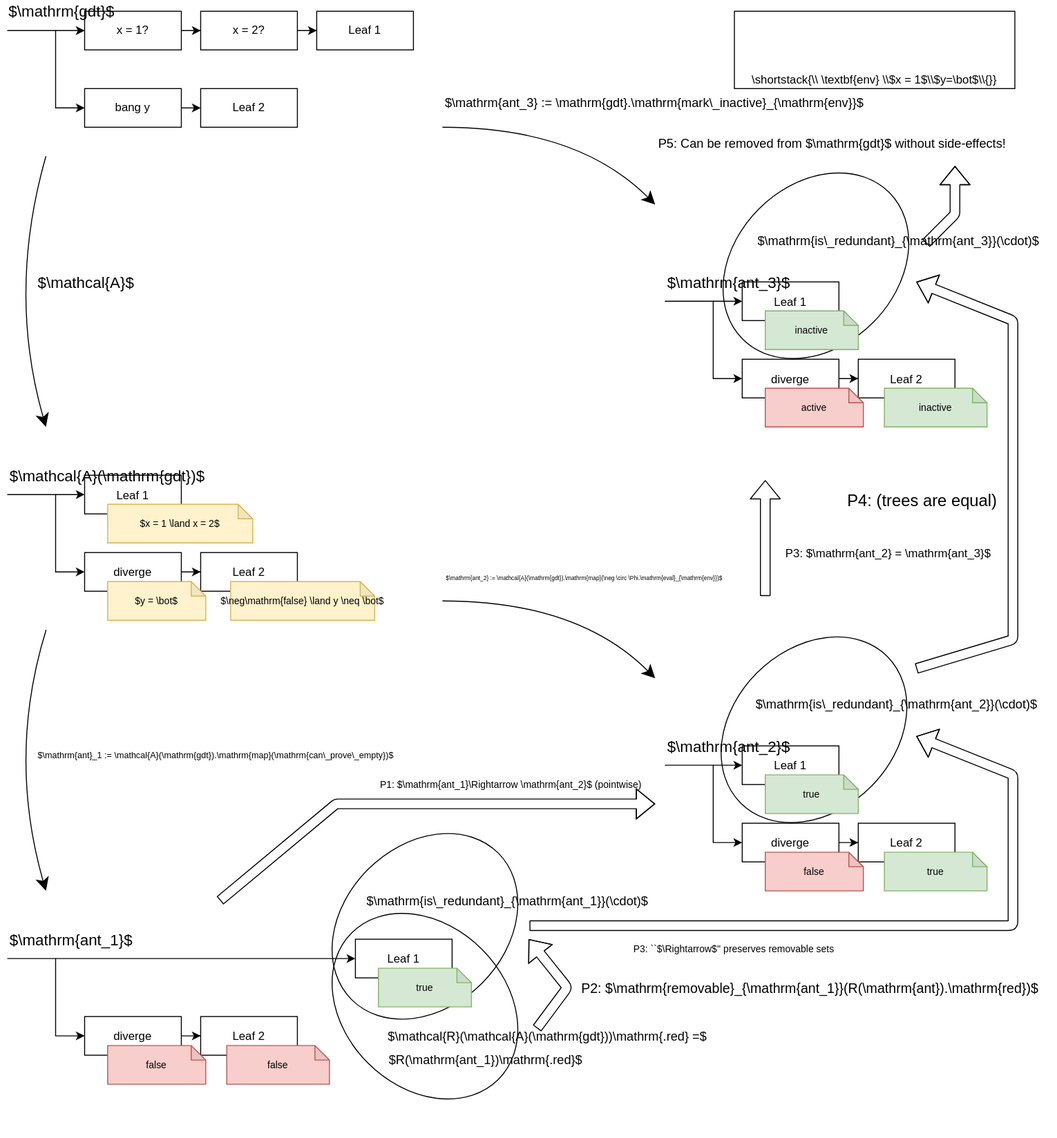
Earlier version of the draw.io export proof-overview.svg (hediet/masters-thesis). Source tidied: cells renumbered, new cells last; positions are measured from the earlier drawing's top-left corner, leaving out a move shared by most shapes.
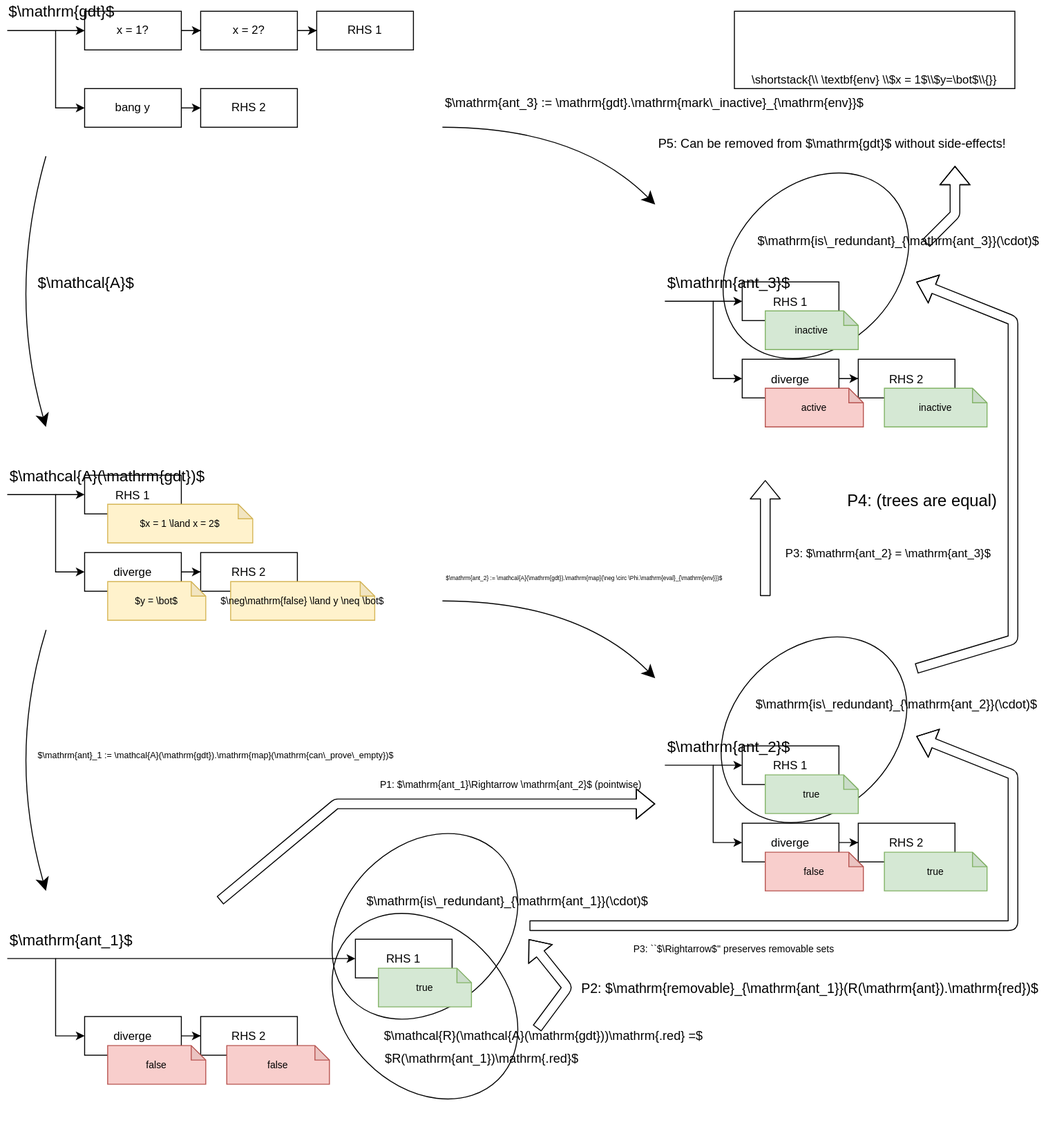
The same file after the commit.

Change to the diagram source:
```diff
@@ -17,10 +17,10 @@
     <mxCell id="6" value="x = 1?" style="rounded=0;whiteSpace=wrap;" parent="1" vertex="1">
       <mxGeometry x="80" y="11" width="100" height="40" as="geometry" />
     </mxCell>
-    <mxCell id="7" value="Leaf 1" style="rounded=0;whiteSpace=wrap;" parent="1" vertex="1">
+    <mxCell id="7" value="RHS 1" style="rounded=0;whiteSpace=wrap;" parent="1" vertex="1">
       <mxGeometry x="320" y="11" width="100" height="40" as="geometry" />
     </mxCell>
-    <mxCell id="8" value="Leaf 2" style="rounded=0;whiteSpace=wrap;" parent="1" vertex="1">
+    <mxCell id="8" value="RHS 2" style="rounded=0;whiteSpace=wrap;" parent="1" vertex="1">
       <mxGeometry x="200" y="91" width="100" height="40" as="geometry" />
     </mxCell>
     <mxCell id="9" style="edgeStyle=orthogonalEdgeStyle;rounded=0;jettySize=auto;exitX=1;exitY=0.5;exitDx=0;exitDy=0;" parent="1" edge="1" source="6" target="12">
@@ -66,10 +66,10 @@
         <mxPoint x="50" y="511" as="sourcePoint" />
       </mxGeometry>
     </mxCell>
-    <mxCell id="20" value="Leaf 1" style="rounded=0;" parent="1" vertex="1">
+    <mxCell id="20" value="RHS 1" style="rounded=0;" parent="1" vertex="1">
       <mxGeometry x="80" y="491" width="100" height="40" as="geometry" />
     </mxCell>
-    <mxCell id="21" value="Leaf 2" style="rounded=0;" parent="1" vertex="1">
+    <mxCell id="21" value="RHS 2" style="rounded=0;" parent="1" vertex="1">
       <mxGeometry x="200" y="571" width="100" height="40" as="geometry" />
     </mxCell>
     <mxCell id="22" style="edgeStyle=orthogonalEdgeStyle;rounded=0;jettySize=auto;exitX=1;exitY=0.5;exitDx=0;exitDy=0;" parent="1" edge="1" source="23" target="21">
@@ -108,7 +108,7 @@
       <mxGeometry x="-0.2" width="120" height="20" as="geometry" />
     </mxCell>
     <mxCell id="31" value="$\mathcal{R}(\mathcal{A}(\mathrm{gdt}))\mathrm{.red} =$" style="text;align=left;verticalAlign=middle;fontSize=13;" parent="1" vertex="1">
-      <mxGeometry x="392" y="1061" width="350" height="20" as="geometry" />
+      <mxGeometry x="388" y="1060" width="350" height="20" as="geometry" />
     </mxCell>
     <mxCell id="32" value="$\mathcal{A}(\mathrm{gdt})$" style="text;align=left;verticalAlign=middle;fontSize=16;" parent="1" vertex="1">
       <mxGeometry x="0.8" y="481" width="160" height="20" as="geometry" />
@@ -163,10 +163,10 @@
         <mxPoint x="730" y="311" as="sourcePoint" />
       </mxGeometry>
     </mxCell>
-    <mxCell id="41" value="Leaf 1" style="rounded=0;" parent="1" vertex="1">
+    <mxCell id="41" value="RHS 1" style="rounded=0;" parent="1" vertex="1">
       <mxGeometry x="760" y="291" width="100" height="40" as="geometry" />
     </mxCell>
-    <mxCell id="42" value="Leaf 2" style="rounded=0;" parent="1" vertex="1">
+    <mxCell id="42" value="RHS 2" style="rounded=0;" parent="1" vertex="1">
       <mxGeometry x="880" y="371" width="100" height="40" as="geometry" />
     </mxCell>
     <mxCell id="43" style="edgeStyle=orthogonalEdgeStyle;rounded=0;jettySize=auto;exitX=1;exitY=0.5;exitDx=0;exitDy=0;" parent="1" edge="1" source="44" target="42">
@@ -201,10 +201,10 @@
         <mxPoint x="50" y="991" as="sourcePoint" />
       </mxGeometry>
     </mxCell>
-    <mxCell id="51" value="Leaf 1" style="rounded=0;" parent="1" vertex="1">
+    <mxCell id="51" value="RHS 1" style="rounded=0;" parent="1" vertex="1">
       <mxGeometry x="360" y="971" width="100" height="40" as="geometry" />
     </mxCell>
-    <mxCell id="52" value="Leaf 2" style="rounded=0;" parent="1" vertex="1">
+    <mxCell id="52" value="RHS 2" style="rounded=0;" parent="1" vertex="1">
       <mxGeometry x="200" y="1051" width="100" height="40" as="geometry" />
     </mxCell>
     <mxCell id="53" style="edgeStyle=orthogonalEdgeStyle;rounded=0;jettySize=auto;exitX=1;exitY=0.5;exitDx=0;exitDy=0;" parent="1" edge="1" source="54" target="52">
@@ -239,10 +239,10 @@
         <mxPoint x="730" y="791" as="sourcePoint" />
       </mxGeometry>
     </mxCell>
-    <mxCell id="61" value="Leaf 1" style="rounded=0;" parent="1" vertex="1">
+    <mxCell id="61" value="RHS 1" style="rounded=0;" parent="1" vertex="1">
       <mxGeometry x="760" y="771" width="100" height="40" as="geometry" />
     </mxCell>
-    <mxCell id="62" value="Leaf 2" style="rounded=0;" parent="1" vertex="1">
+    <mxCell id="62" value="RHS 2" style="rounded=0;" parent="1" vertex="1">
       <mxGeometry x="880" y="851" width="100" height="40" as="geometry" />
     </mxCell>
     <mxCell id="63" style="edgeStyle=orthogonalEdgeStyle;rounded=0;jettySize=auto;exitX=1;exitY=0.5;exitDx=0;exitDy=0;" parent="1" edge="1" source="64" target="62">
@@ -347,7 +347,7 @@
       <mxGeometry x="803.2" y="561" width="230" height="20" as="geometry" />
     </mxCell>
     <mxCell id="83" value="$R(\mathrm{ant_1})\mathrm{.red}$" style="text;align=left;verticalAlign=middle;fontSize=13;" parent="1" vertex="1">
-      <mxGeometry x="393" y="1085" width="220" height="20" as="geometry" />
+      <mxGeometry x="389" y="1084" width="220" height="20" as="geometry" />
     </mxCell>
   </root>
 </mxGraphModel>
```
